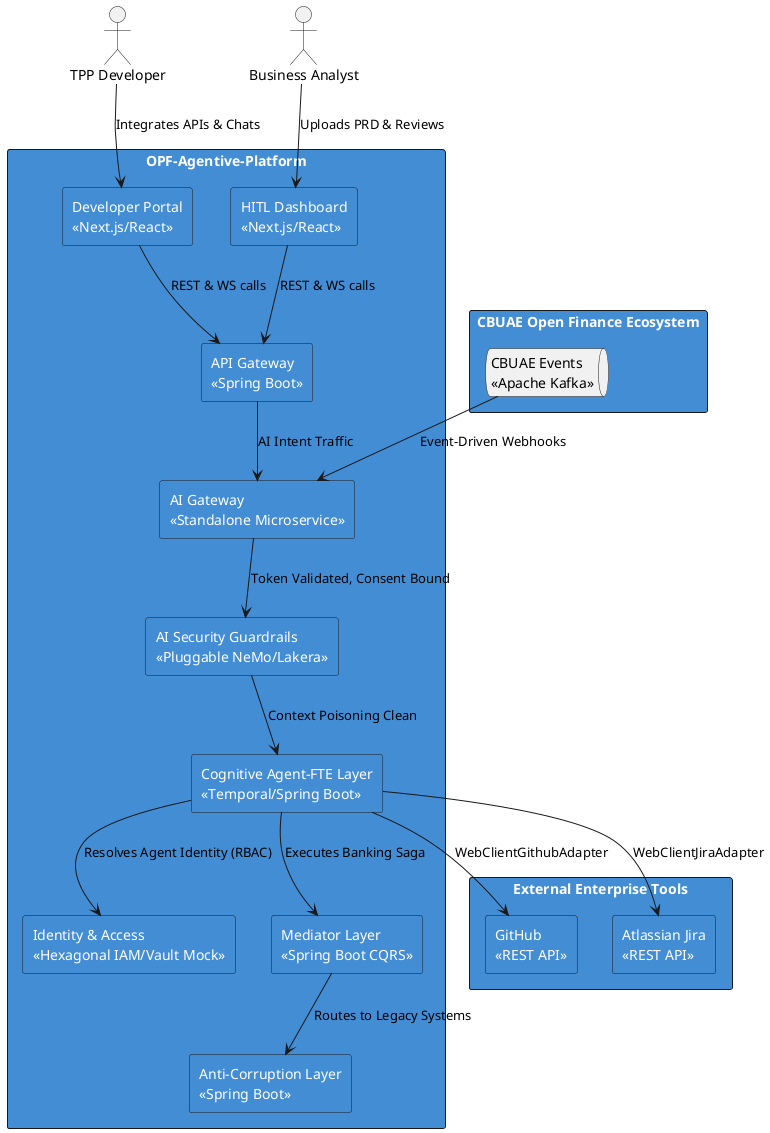
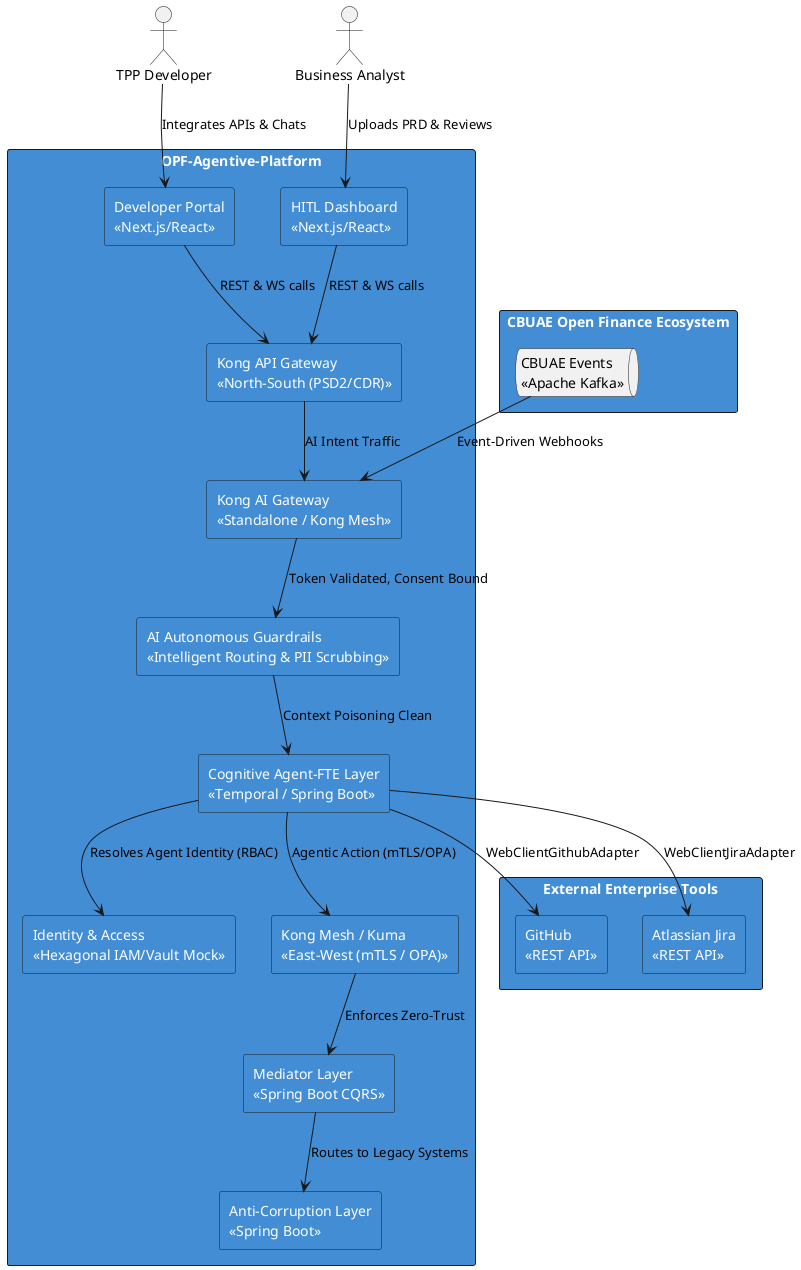
@startuml C4_Container
skinparam rectangle {
    BackgroundColor #438dd5
    FontColor white
}

actor "TPP Developer" as dev
actor "Business Analyst" as ba

rectangle "CBUAE Open Finance Ecosystem" {
    queue "CBUAE Events\n<<Apache Kafka>>" as kafka
}

rectangle "OPF-Agentive-Platform" {
    rectangle "Developer Portal\n<<Next.js/React>>" as devPortal
    rectangle "HITL Dashboard\n<<Next.js/React>>" as hitlPortal

-     rectangle "API Gateway\n<<Spring Boot>>" as apiGw
-     rectangle "AI Gateway\n<<Standalone Microservice>>" as aiGw
+     rectangle "Kong API Gateway\n<<North-South (PSD2/CDR)>>" as apiGw
+     rectangle "Kong AI Gateway\n<<Standalone / Kong Mesh>>" as aiGw

-     rectangle "AI Security Guardrails\n<<Pluggable NeMo/Lakera>>" as aiSec
+     rectangle "AI Autonomous Guardrails\n<<Intelligent Routing & PII Scrubbing>>" as aiSec

-     rectangle "Cognitive Agent-FTE Layer\n<<Temporal/Spring Boot>>" as cog
+     rectangle "Cognitive Agent-FTE Layer\n<<Temporal / Spring Boot>>" as cog
    rectangle "Identity & Access\n<<Hexagonal IAM/Vault Mock>>" as idp
+     rectangle "Kong Mesh / Kuma\n<<East-West (mTLS / OPA)>>" as mesh
    rectangle "Mediator Layer\n<<Spring Boot CQRS>>" as med
    rectangle "Anti-Corruption Layer\n<<Spring Boot>>" as acl
}

rectangle "External Enterprise Tools" {
    rectangle "GitHub\n<<REST API>>" as github
    rectangle "Atlassian Jira\n<<REST API>>" as jira
}

dev --> devPortal : Integrates APIs & Chats
ba --> hitlPortal : Uploads PRD & Reviews
devPortal --> apiGw : REST & WS calls
hitlPortal --> apiGw : REST & WS calls
apiGw --> aiGw : AI Intent Traffic
kafka --> aiGw : Event-Driven Webhooks
aiGw --> aiSec : Token Validated, Consent Bound
aiSec --> cog : Context Poisoning Clean
cog --> idp : Resolves Agent Identity (RBAC)
cog --> github : WebClientGithubAdapter
cog --> jira : WebClientJiraAdapter
- cog --> med : Executes Banking Saga
+ cog --> mesh : Agentic Action (mTLS/OPA)
+ mesh --> med : Enforces Zero-Trust
med --> acl : Routes to Legacy Systems

@enduml
